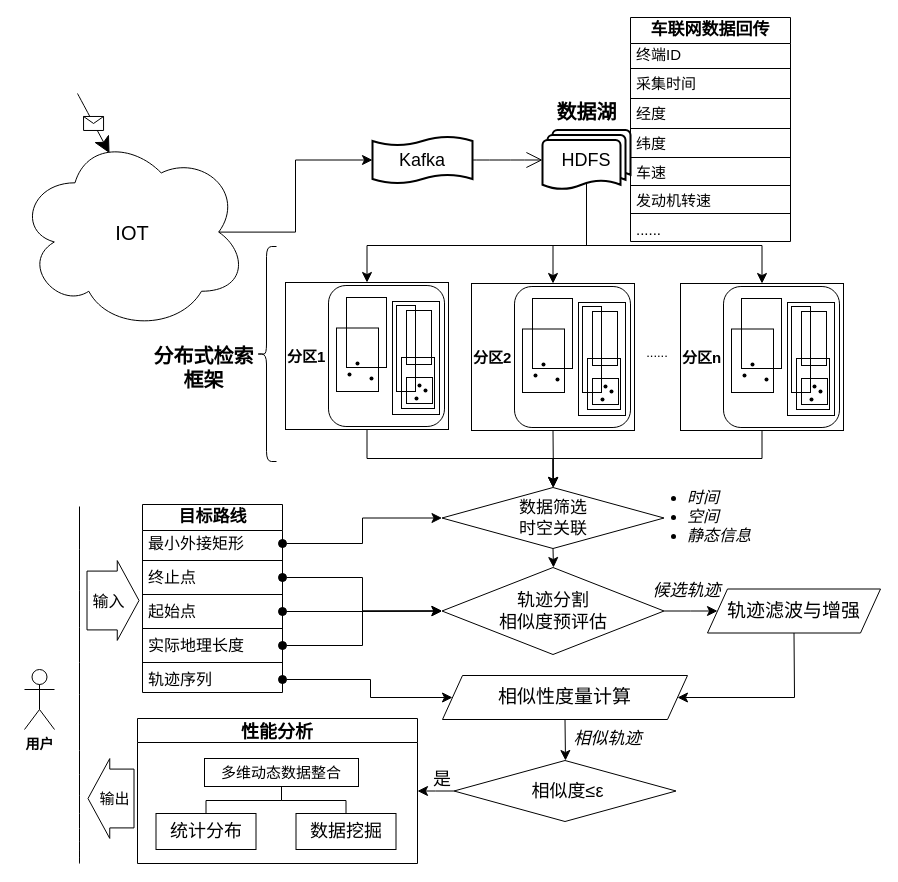
Earlier version of the draw.io diagram 专利1.drawio (wangwuhua11/draw). Source tidied: cells renumbered, new cells numbered last; positions are measured from the earlier drawing's top-left corner, leaving out a move shared by most shapes. Both pictures are drawn from the tidied source at 100%, with x=0, y=0 at pixel (17, 17).
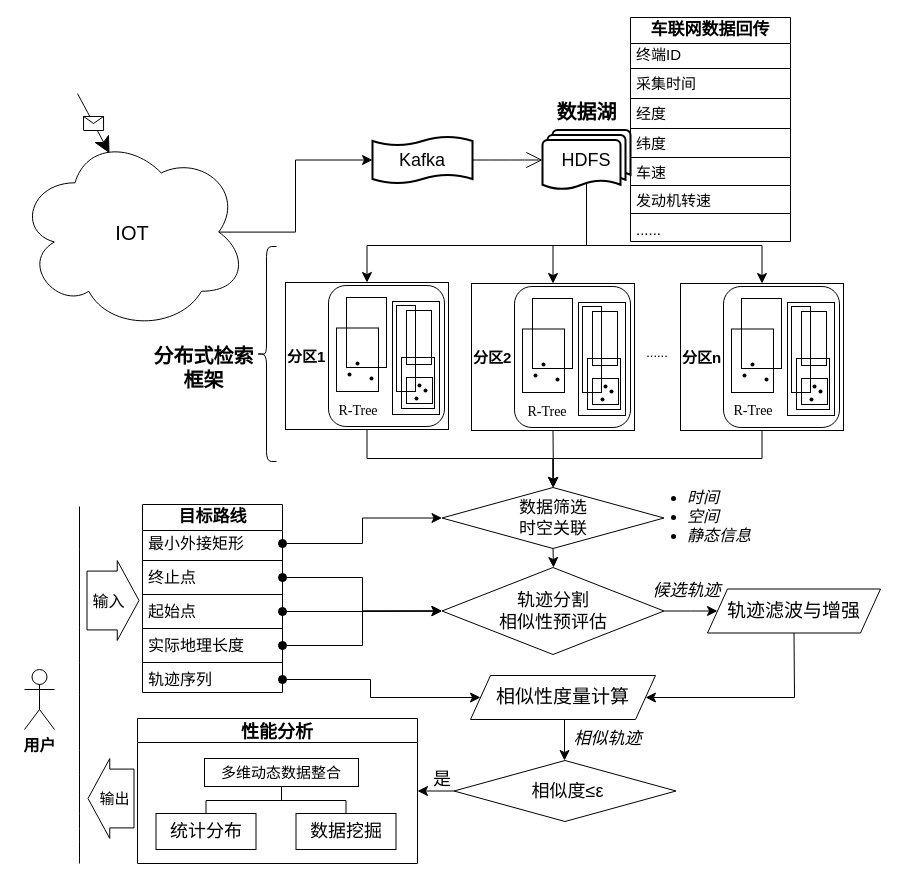
After the change.

Unchanged cells that the change refers to:
```xml
<mxCell id="30" style="group;fontFamily=宋体;" parent="1" vertex="1">
  <mxGeometry x="268" y="265" width="163" height="147" as="geometry" />
</mxCell>
<mxCell id="47" style="group;fontFamily=宋体;" parent="1" vertex="1">
  <mxGeometry x="454" y="266" width="163" height="147" as="geometry" />
</mxCell>
<mxCell id="64" style="group;fontFamily=宋体;" parent="1" vertex="1">
  <mxGeometry x="663" y="266" width="163" height="147" as="geometry" />
</mxCell>
```

Diff of the diagram source:
```diff
@@
+    <mxCell id="125" value="&lt;font face=&quot;Times New Roman&quot; style=&quot;font-size: 14px;&quot;&gt;R-Tree&lt;/font&gt;" style="text;html=1;align=center;verticalAlign=middle;whiteSpace=wrap;rounded=0;fontSize=20;fontFamily=Architects Daughter;" parent="30" vertex="1">
+      <mxGeometry x="43" y="111" width="60" height="30" as="geometry" />
+    </mxCell>
@@
+    <mxCell id="126" value="&lt;font face=&quot;Times New Roman&quot; style=&quot;font-size: 14px;&quot;&gt;R-Tree&lt;/font&gt;" style="text;html=1;align=center;verticalAlign=middle;whiteSpace=wrap;rounded=0;fontSize=20;fontFamily=Architects Daughter;" parent="47" vertex="1">
+      <mxGeometry x="46" y="111" width="60" height="30" as="geometry" />
+    </mxCell>
@@
+    <mxCell id="127" value="&lt;font face=&quot;Times New Roman&quot; style=&quot;font-size: 14px;&quot;&gt;R-Tree&lt;/font&gt;" style="text;html=1;align=center;verticalAlign=middle;whiteSpace=wrap;rounded=0;fontSize=20;fontFamily=Architects Daughter;" parent="64" vertex="1">
+      <mxGeometry x="43" y="110" width="60" height="30" as="geometry" />
+    </mxCell>
@@
-    <mxCell id="92" value="轨迹分割&lt;br style=&quot;font-size: 18px;&quot;&gt;相似度预评估" style="rhombus;whiteSpace=wrap;html=1;fontFamily=宋体;fontSize=18;" parent="1" vertex="1">
+    <mxCell id="92" value="轨迹分割&lt;br style=&quot;font-size: 18px;&quot;&gt;相似性预评估" style="rhombus;whiteSpace=wrap;html=1;fontFamily=宋体;fontSize=18;" parent="1" vertex="1">
       <mxGeometry x="424.5" y="550" width="222" height="87" as="geometry" />
     </mxCell>
@@
     <mxCell id="98" value="相似性度量计算" style="shape=parallelogram;perimeter=parallelogramPerimeter;whiteSpace=wrap;html=1;fixedSize=1;fontFamily=宋体;fontSize=19;" parent="1" vertex="1">
-      <mxGeometry x="425" y="658" width="245" height="44" as="geometry" />
+      <mxGeometry x="453" y="658" width="185" height="44" as="geometry" />
     </mxCell>
@@
-    <mxCell id="112" value="&lt;font style=&quot;font-size: 14px;&quot;&gt;&lt;b&gt;用户&lt;/b&gt;&lt;/font&gt;" style="shape=umlActor;verticalLabelPosition=bottom;verticalAlign=top;html=1;fontFamily=宋体;" parent="1" vertex="1">
+    <mxCell id="112" value="&lt;font size=&quot;1&quot; style=&quot;&quot;&gt;&lt;b style=&quot;font-size: 16px;&quot;&gt;用户&lt;/b&gt;&lt;/font&gt;" style="shape=umlActor;verticalLabelPosition=bottom;verticalAlign=top;html=1;fontFamily=宋体;" parent="1" vertex="1">
       <mxGeometry x="7" y="652" width="30" height="60" as="geometry" />
     </mxCell>
```
